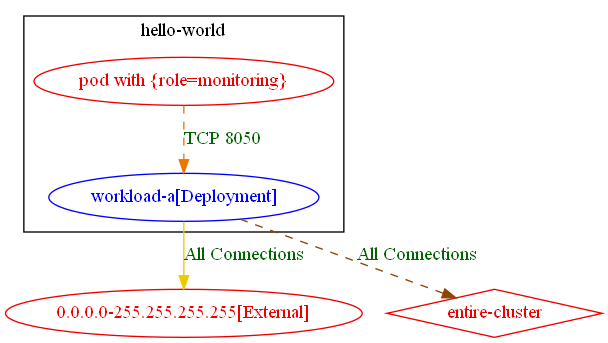
Above: test_outputs/connlist/exposure_test_conn_with_only_pod_selector_exposure_output.dot.png in np-guard/netpol-analyzer (Graphviz), before the change. Its source is kept beside it as test_outputs/connlist/exposure_test_conn_with_only_pod_selector_exposure_output.dot.
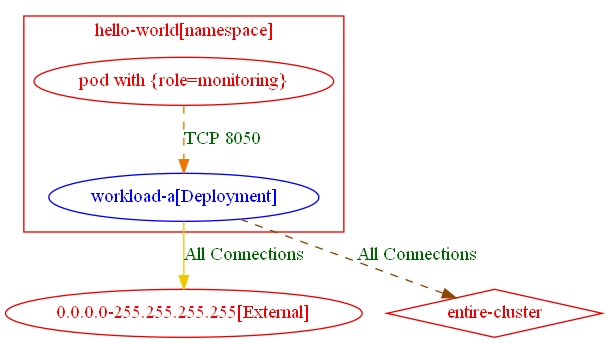
After the change.

Change to the diagram source:
```diff
@@ -1,10 +1,15 @@
 digraph {
-	subgraph "cluster_hello_world" {
+	subgraph "cluster_hello_world[namespace]" {
 		color="black"
 		fontcolor="black"
 		"hello-world/workload-a[Deployment]" [label="workload-a[Deployment]" color="blue" fontcolor="blue"]
+		label="hello-world[namespace]"
+	}
+	subgraph "cluster_hello_world[namespace]" {
+		color="red2"
+		fontcolor="red2"
 		"pod with {role=monitoring}_in_hello-world" [label="pod with {role=monitoring}" color="red2" fontcolor="red2"]
-		label="hello-world"
+		label="hello-world[namespace]"
 	}
 	"0.0.0.0-255.255.255.255[External]" [label="0.0.0.0-255.255.255.255[External]" color="red2" fontcolor="red2"]
 	"entire-cluster" [label="entire-cluster" color="red2" fontcolor="red2" shape=diamond]
```
